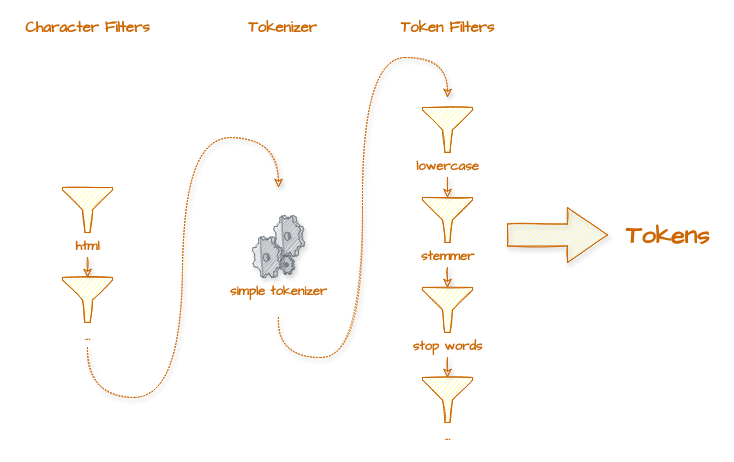
The draw.io diagram page "textanalyzer" (3 of 3) of res/design.drawio in vincent-scw/mysearchengine, before the edit. Source tidied: cells renumbered, new cells numbered last; positions are measured from the earlier drawing's top-left corner, leaving out a move shared by most shapes. Both pictures are drawn from the tidied source at 100%, with x=0, y=0 at pixel (17, 17).
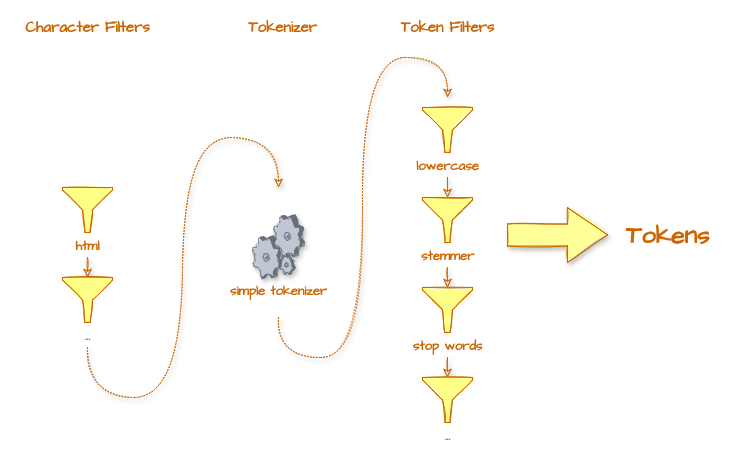
Above is the later version.

Unchanged cells that the change refers to:
```xml
<mxCell id="2" style="group;fontColor=#CC6600;fontStyle=1;fontSize=13;" parent="1" vertex="1">
  <mxGeometry x="405" y="90" width="50" height="315" as="geometry" />
</mxCell>
<mxCell id="16" style="group;fontColor=#CC6600;fontStyle=1;fontSize=13;labelBorderColor=none;" parent="1" vertex="1">
  <mxGeometry x="45" y="170" width="50" height="135" as="geometry" />
</mxCell>
```

What changed in the source:
```diff
@@
-    <mxCell id="4" value="lowercase" style="shadow=0;dashed=0;html=1;strokeColor=#CC6600;labelPosition=center;verticalLabelPosition=bottom;verticalAlign=top;align=center;fillColor=#ffff88;shape=mxgraph.mscae.enterprise.filter;labelBackgroundColor=none;sketch=1;fontFamily=Comic Sans MS;fontSize=13;fontStyle=1;fontColor=#CC6600;" parent="2" vertex="1">
+    <mxCell id="4" value="lowercase" style="shadow=0;dashed=0;html=1;strokeColor=#CC6600;labelPosition=center;verticalLabelPosition=bottom;verticalAlign=top;align=center;fillColor=#ffff88;shape=mxgraph.mscae.enterprise.filter;labelBackgroundColor=none;sketch=1;fontFamily=Comic Sans MS;fontSize=13;fontStyle=1;fontColor=#CC6600;fillStyle=solid;" parent="2" vertex="1">
       <mxGeometry width="50" height="45" as="geometry" />
     </mxCell>
@@
-    <mxCell id="6" value="stemmer" style="shadow=0;dashed=0;html=1;strokeColor=#CC6600;labelPosition=center;verticalLabelPosition=bottom;verticalAlign=top;align=center;fillColor=#ffff88;shape=mxgraph.mscae.enterprise.filter;labelBackgroundColor=none;sketch=1;fontFamily=Comic Sans MS;fontSize=13;fontStyle=1;fontColor=#CC6600;" parent="2" vertex="1">
+    <mxCell id="6" value="stemmer" style="shadow=0;dashed=0;html=1;strokeColor=#CC6600;labelPosition=center;verticalLabelPosition=bottom;verticalAlign=top;align=center;fillColor=#ffff88;shape=mxgraph.mscae.enterprise.filter;labelBackgroundColor=none;sketch=1;fontFamily=Comic Sans MS;fontSize=13;fontStyle=1;fontColor=#CC6600;fillStyle=solid;" parent="2" vertex="1">
       <mxGeometry y="90" width="50" height="45" as="geometry" />
     </mxCell>
@@
-    <mxCell id="8" value="stop words" style="shadow=0;dashed=0;html=1;strokeColor=#CC6600;labelPosition=center;verticalLabelPosition=bottom;verticalAlign=top;align=center;fillColor=#ffff88;shape=mxgraph.mscae.enterprise.filter;labelBackgroundColor=none;sketch=1;fontFamily=Comic Sans MS;fontSize=13;fontStyle=1;fontColor=#CC6600;" parent="2" vertex="1">
+    <mxCell id="8" value="stop words" style="shadow=0;dashed=0;html=1;strokeColor=#CC6600;labelPosition=center;verticalLabelPosition=bottom;verticalAlign=top;align=center;fillColor=#ffff88;shape=mxgraph.mscae.enterprise.filter;labelBackgroundColor=none;sketch=1;fontFamily=Comic Sans MS;fontSize=13;fontStyle=1;fontColor=#CC6600;fillStyle=solid;" parent="2" vertex="1">
       <mxGeometry y="180" width="50" height="45" as="geometry" />
     </mxCell>
-    <mxCell id="9" value="..." style="shadow=0;dashed=0;html=1;strokeColor=#CC6600;labelPosition=center;verticalLabelPosition=bottom;verticalAlign=top;align=center;fillColor=#ffff88;shape=mxgraph.mscae.enterprise.filter;labelBackgroundColor=none;sketch=1;fontFamily=Comic Sans MS;fontSize=13;fontStyle=1;fontColor=#CC6600;" parent="2" vertex="1">
+    <mxCell id="9" value="..." style="shadow=0;dashed=0;html=1;strokeColor=#CC6600;labelPosition=center;verticalLabelPosition=bottom;verticalAlign=top;align=center;fillColor=#ffff88;shape=mxgraph.mscae.enterprise.filter;labelBackgroundColor=none;sketch=1;fontFamily=Comic Sans MS;fontSize=13;fontStyle=1;fontColor=#CC6600;fillStyle=solid;" parent="2" vertex="1">
       <mxGeometry y="270" width="50" height="45" as="geometry" />
     </mxCell>
@@
-    <mxCell id="15" value="simple tokenizer" style="verticalLabelPosition=bottom;html=1;verticalAlign=top;strokeColor=none;align=center;shape=mxgraph.citrix.process;shadow=1;labelBackgroundColor=none;sketch=1;fontFamily=Comic Sans MS;fontSize=13;fontStyle=1;fontColor=#CC6600;fillColor=#CC6600;" parent="1" vertex="1">
+    <mxCell id="15" value="simple tokenizer" style="verticalLabelPosition=bottom;html=1;verticalAlign=top;strokeColor=none;align=center;shape=mxgraph.citrix.process;shadow=1;labelBackgroundColor=none;sketch=1;fontFamily=Comic Sans MS;fontSize=13;fontStyle=1;fontColor=#CC6600;fillColor=#CC6600;fillStyle=solid;" parent="1" vertex="1">
       <mxGeometry x="235" y="198" width="52" height="62" as="geometry" />
     </mxCell>
@@
-    <mxCell id="18" value="html" style="shadow=0;dashed=0;html=1;strokeColor=#CC6600;labelPosition=center;verticalLabelPosition=bottom;verticalAlign=top;align=center;fillColor=#ffff88;shape=mxgraph.mscae.enterprise.filter;labelBackgroundColor=none;sketch=1;fontFamily=Comic Sans MS;fontSize=13;fontStyle=1;fontColor=#CC6600;labelBorderColor=none;" parent="16" vertex="1">
+    <mxCell id="18" value="html" style="shadow=0;dashed=0;html=1;strokeColor=#CC6600;labelPosition=center;verticalLabelPosition=bottom;verticalAlign=top;align=center;fillColor=#ffff88;shape=mxgraph.mscae.enterprise.filter;labelBackgroundColor=none;sketch=1;fontFamily=Comic Sans MS;fontSize=13;fontStyle=1;fontColor=#CC6600;labelBorderColor=none;fillStyle=solid;" parent="16" vertex="1">
       <mxGeometry width="50" height="45" as="geometry" />
     </mxCell>
-    <mxCell id="19" value="..." style="shadow=0;dashed=0;html=1;strokeColor=#CC6600;labelPosition=center;verticalLabelPosition=bottom;verticalAlign=top;align=center;fillColor=#ffff88;shape=mxgraph.mscae.enterprise.filter;labelBackgroundColor=none;sketch=1;fontFamily=Comic Sans MS;fontSize=13;fontStyle=1;fontColor=#CC6600;" parent="16" vertex="1">
+    <mxCell id="19" value="..." style="shadow=0;dashed=0;html=1;strokeColor=#CC6600;labelPosition=center;verticalLabelPosition=bottom;verticalAlign=top;align=center;fillColor=#ffff88;shape=mxgraph.mscae.enterprise.filter;labelBackgroundColor=none;sketch=1;fontFamily=Comic Sans MS;fontSize=13;fontStyle=1;fontColor=#CC6600;fillStyle=solid;" parent="16" vertex="1">
       <mxGeometry y="90" width="50" height="45" as="geometry" />
     </mxCell>
-    <mxCell id="20" style="html=1;whiteSpace=wrap;fillColor=#ffff99;shape=mxgraph.archimate3.process;shadow=1;labelBackgroundColor=none;sketch=1;strokeColor=#CC6600;fontFamily=Comic Sans MS;fontSize=13;fontColor=#CC6600;" parent="1" vertex="1">
+    <mxCell id="20" style="html=1;whiteSpace=wrap;fillColor=#ffff99;shape=mxgraph.archimate3.process;shadow=1;labelBackgroundColor=none;sketch=1;strokeColor=#CC6600;fontFamily=Comic Sans MS;fontSize=13;fontColor=#CC6600;fillStyle=solid;" parent="1" vertex="1">
       <mxGeometry x="490" y="190" width="100" height="55" as="geometry" />
     </mxCell>
```
